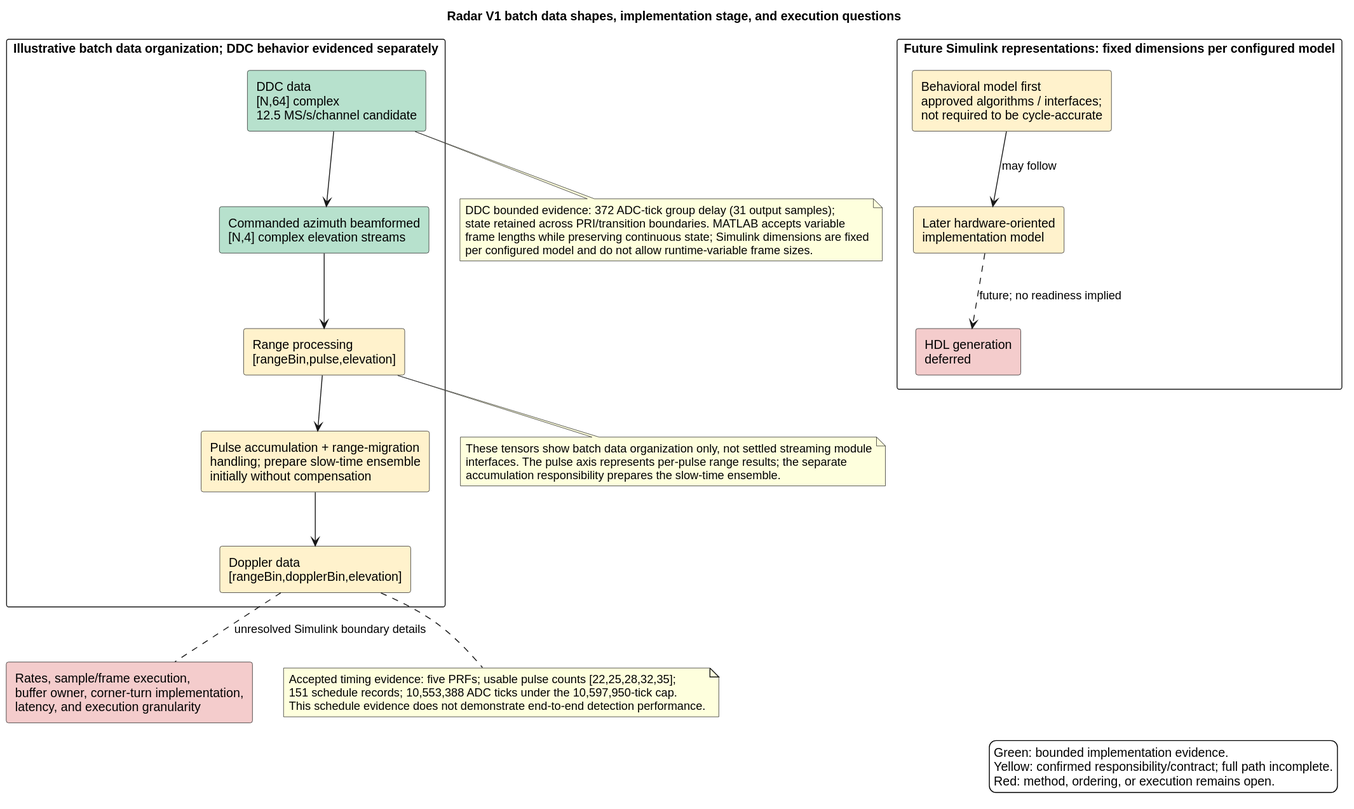
Above: docs/architecture/diagrams/data-timing.svg in JulioLeonPhd/ai-mbd-pilot-project (PlantUML), before the change. Source of this version:
```plantuml
@startuml
title Radar V1 batch data shapes, implementation stage, and execution questions
top to bottom direction
skinparam componentStyle rectangle
skinparam shadowing false
skinparam defaultFontName Arial
skinparam backgroundColor white
skinparam packageStyle rectangle

legend right
Green: bounded implementation evidence.
Yellow: confirmed responsibility/contract; full path incomplete.
Red: method, ordering, or execution remains open.
endlegend

package "Illustrative batch data organization; DDC behavior evidenced separately" {
  component "DDC data\n[N,64] complex\n12.5 MS/s/channel candidate" as D #B7E1CD
  component "Commanded azimuth beamformed\n[N,4] complex elevation streams" as B #B7E1CD
  component "Range processing\n[rangeBin,pulse,elevation]" as R #FFF2CC
  component "Pulse accumulation + range-migration\nhandling; prepare slow-time ensemble\ninitially without compensation" as ACC #FFF2CC
  component "Doppler data\n[rangeBin,dopplerBin,elevation]" as V #FFF2CC
  D --> B
  B --> R
  R --> ACC
  ACC --> V
}

package "Future Simulink representations: fixed dimensions per configured model" {
  component "Behavioral model first\napproved algorithms / interfaces;\nnot required to be cycle-accurate" as BEHAV #FFF2CC
  component "Later hardware-oriented\nimplementation model" as HW #FFF2CC
  component "HDL generation\ndeferred" as HDL #F4CCCC
  BEHAV --> HW : may follow
  HW ..> HDL : future; no readiness implied
}

component "Rates, sample/frame execution,\nbuffer owner, corner-turn implementation,\nlatency, and execution granularity" as OPEN #F4CCCC
V .. OPEN : unresolved Simulink boundary details

note bottom of D
DDC bounded evidence: 372 ADC-tick group delay (31 output samples);
state retained across PRI/transition boundaries. MATLAB accepts variable
frame lengths while preserving continuous state; Simulink dimensions are fixed
per configured model and do not allow runtime-variable frame sizes.
end note

note bottom of R
These tensors show batch data organization only, not settled streaming module
interfaces. The pulse axis represents per-pulse range results; the separate
accumulation responsibility prepares the slow-time ensemble.
end note

note bottom of V
Accepted timing evidence: five PRFs; usable pulse counts [22,25,28,32,35];
151 schedule records; 10,553,388 ADC ticks under the 10,597,950-tick cap.
This schedule evidence does not demonstrate end-to-end detection performance.
end note
@enduml
```
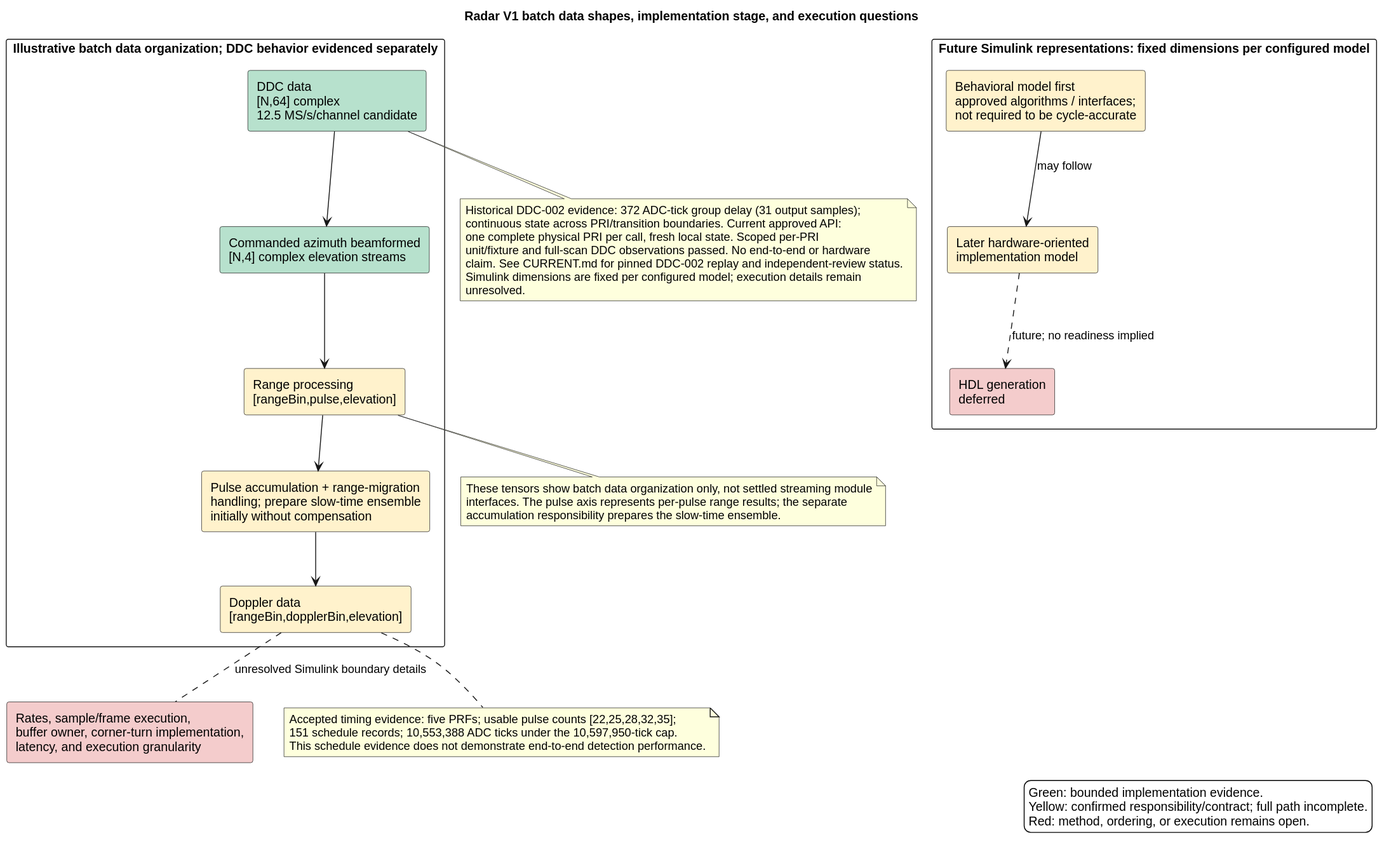
After the change.

What changed in the source:
```diff
@@ -37,10 +37,13 @@
 V .. OPEN : unresolved Simulink boundary details
 
 note bottom of D
-DDC bounded evidence: 372 ADC-tick group delay (31 output samples);
-state retained across PRI/transition boundaries. MATLAB accepts variable
-frame lengths while preserving continuous state; Simulink dimensions are fixed
-per configured model and do not allow runtime-variable frame sizes.
+Historical DDC-002 evidence: 372 ADC-tick group delay (31 output samples);
+continuous state across PRI/transition boundaries. Current approved API:
+one complete physical PRI per call, fresh local state. Scoped per-PRI
+unit/fixture and full-scan DDC observations passed. No end-to-end or hardware
+claim. See CURRENT.md for pinned DDC-002 replay and independent-review status.
+Simulink dimensions are fixed per configured model; execution details remain
+unresolved.
 end note
 
 note bottom of R
```
